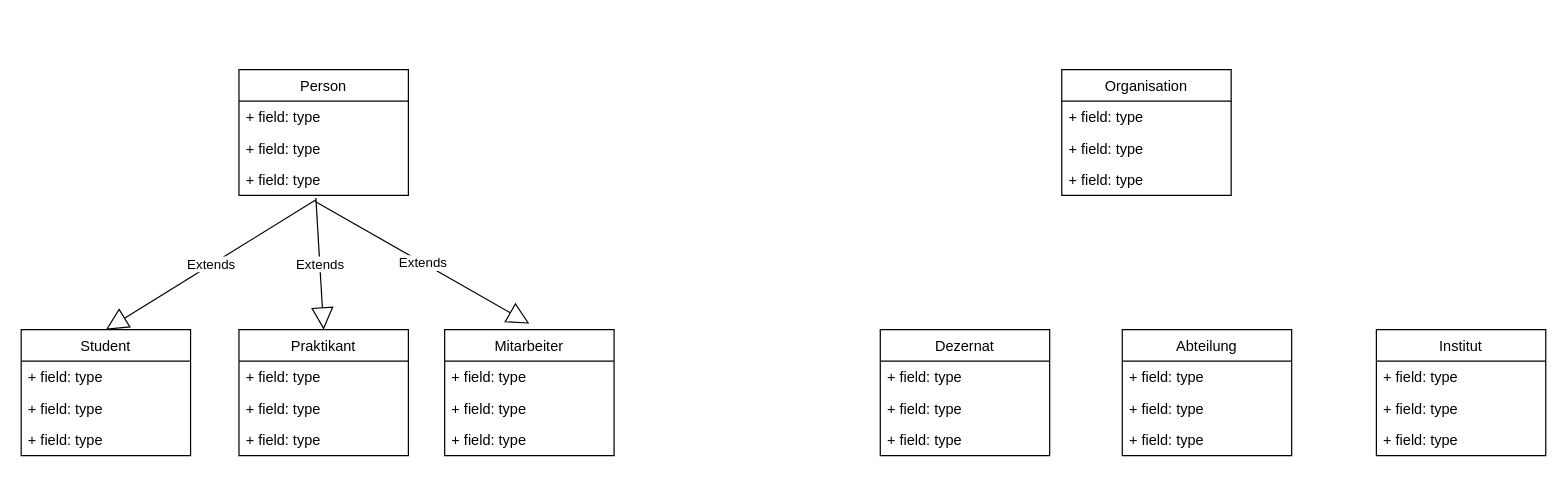
Earlier version of the draw.io diagram UML Diagram/Ausleihsystem.drawio (l3ehzad/JavaProjects). Source tidied: cells renumbered, new cells numbered last; positions are measured from the earlier drawing's top-left corner, leaving out a move shared by most shapes. Both pictures are drawn from the tidied source at 121%, with x=0, y=0 at pixel (21, 69).
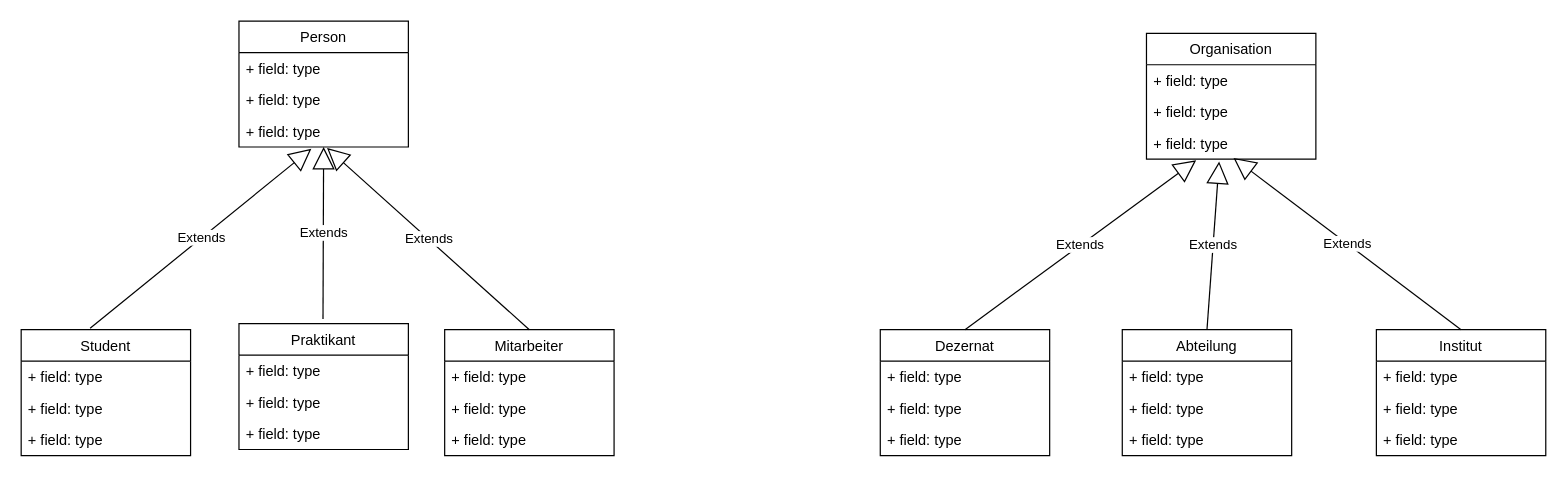
After the change.

Unchanged cells that the change refers to:
```xml
<mxCell id="5" value="+ field: type" style="text;strokeColor=none;fillColor=none;align=left;verticalAlign=top;spacingLeft=4;spacingRight=4;overflow=hidden;points=[[0,0.5],[1,0.5]];portConstraint=eastwest;" parent="2" vertex="1">
  <mxGeometry y="78" width="140" height="26" as="geometry" />
</mxCell>
<mxCell id="10" value="Student" style="swimlane;fontStyle=0;horizontal=1;startSize=26;fillColor=none;" parent="1" vertex="1">
  <mxGeometry y="215" width="140" height="104" as="geometry" />
</mxCell>
<mxCell id="14" value="Mitarbeiter" style="swimlane;fontStyle=0;horizontal=1;startSize=26;fillColor=none;" parent="1" vertex="1">
  <mxGeometry x="350" y="215" width="140" height="104" as="geometry" />
</mxCell>
<mxCell id="24" value="+ field: type" style="text;strokeColor=none;fillColor=none;align=left;verticalAlign=top;spacingLeft=4;spacingRight=4;overflow=hidden;points=[[0,0.5],[1,0.5]];portConstraint=eastwest;" parent="21" vertex="1">
  <mxGeometry y="78" width="140" height="26" as="geometry" />
</mxCell>
<mxCell id="25" value="Dezernat" style="swimlane;fontStyle=0;horizontal=1;startSize=26;fillColor=none;" parent="1" vertex="1">
  <mxGeometry x="710" y="215" width="140" height="104" as="geometry" />
</mxCell>
<mxCell id="29" value="Institut" style="swimlane;fontStyle=0;horizontal=1;startSize=26;fillColor=none;" parent="1" vertex="1">
  <mxGeometry x="1120" y="215" width="140" height="104" as="geometry" />
</mxCell>
<mxCell id="33" value="Abteilung" style="swimlane;fontStyle=0;horizontal=1;startSize=26;fillColor=none;" parent="1" vertex="1">
  <mxGeometry x="910" y="215" width="140" height="104" as="geometry" />
</mxCell>
```

Diff of the diagram source:
```diff
@@
     <mxCell id="2" value="Person" style="swimlane;fontStyle=0;horizontal=1;startSize=26;fillColor=none;" parent="1" vertex="1">
-      <mxGeometry x="180" width="140" height="104" as="geometry" />
+      <mxGeometry x="180" y="-40" width="140" height="104" as="geometry" />
     </mxCell>
@@
     <mxCell id="6" value="Praktikant" style="swimlane;fontStyle=0;horizontal=1;startSize=26;fillColor=none;" parent="1" vertex="1">
-      <mxGeometry x="180" y="215" width="140" height="104" as="geometry" />
+      <mxGeometry x="180" y="210" width="140" height="104" as="geometry" />
     </mxCell>
@@
-    <mxCell id="18" value="Extends" style="endArrow=block;endSize=16;endFill=0;html=1;exitX=0.452;exitY=1.147;exitDx=0;exitDy=0;exitPerimeter=0;entryX=0.5;entryY=0;entryDx=0;entryDy=0;" parent="1" edge="1" source="5" target="10">
+    <mxCell id="18" value="Extends" style="endArrow=block;endSize=16;endFill=0;html=1;entryX=0.427;entryY=1.057;entryDx=0;entryDy=0;entryPerimeter=0;exitX=0.407;exitY=-0.012;exitDx=0;exitDy=0;exitPerimeter=0;" parent="1" edge="1" source="10" target="5">
       <mxGeometry relative="1" as="geometry" />
     </mxCell>
-    <mxCell id="19" value="Extends" style="endArrow=block;endSize=16;endFill=0;html=1;entryX=0.5;entryY=0;entryDx=0;entryDy=0;exitX=0.454;exitY=1.084;exitDx=0;exitDy=0;exitPerimeter=0;" parent="1" edge="1" source="5" target="6">
-      <mxGeometry relative="1" as="geometry" />
-    </mxCell>
-    <mxCell id="20" value="Extends" style="endArrow=block;endSize=16;endFill=0;html=1;" parent="1" edge="1">
-      <mxGeometry relative="1" as="geometry">
-        <mxPoint x="243" y="109" as="sourcePoint" />
-        <mxPoint x="420" y="210" as="targetPoint" />
-      </mxGeometry>
-    </mxCell>
     <mxCell id="21" value="Organisation" style="swimlane;fontStyle=0;horizontal=1;startSize=26;fillColor=none;" parent="1" vertex="1">
-      <mxGeometry x="860" width="140" height="104" as="geometry" />
+      <mxGeometry x="930" y="-30" width="140" height="104" as="geometry" />
     </mxCell>
@@
+    <mxCell id="37" value="Extends" style="endArrow=block;endSize=16;endFill=0;html=1;exitX=0.5;exitY=0;exitDx=0;exitDy=0;entryX=0.52;entryY=1.031;entryDx=0;entryDy=0;entryPerimeter=0;" parent="1" edge="1" source="14" target="5">
+      <mxGeometry relative="1" as="geometry" />
+    </mxCell>
+    <mxCell id="38" value="Extends" style="endArrow=block;endSize=16;endFill=0;html=1;exitX=0.496;exitY=-0.037;exitDx=0;exitDy=0;exitPerimeter=0;" parent="1" edge="1" source="6" target="5">
+      <mxGeometry relative="1" as="geometry" />
+    </mxCell>
+    <mxCell id="39" value="Extends" style="endArrow=block;endSize=16;endFill=0;html=1;entryX=0.514;entryY=0.962;entryDx=0;entryDy=0;entryPerimeter=0;exitX=0.5;exitY=0;exitDx=0;exitDy=0;" parent="1" edge="1" source="29" target="24">
+      <mxGeometry relative="1" as="geometry" />
+    </mxCell>
+    <mxCell id="40" value="Extends" style="endArrow=block;endSize=16;endFill=0;html=1;exitX=0.5;exitY=0;exitDx=0;exitDy=0;entryX=0.293;entryY=1.038;entryDx=0;entryDy=0;entryPerimeter=0;" parent="1" edge="1" source="25" target="24">
+      <mxGeometry relative="1" as="geometry" />
+    </mxCell>
+    <mxCell id="41" value="Extends" style="endArrow=block;endSize=16;endFill=0;html=1;exitX=0.5;exitY=0;exitDx=0;exitDy=0;entryX=0.429;entryY=1.077;entryDx=0;entryDy=0;entryPerimeter=0;" parent="1" edge="1" source="33" target="24">
+      <mxGeometry relative="1" as="geometry" />
+    </mxCell>
```
